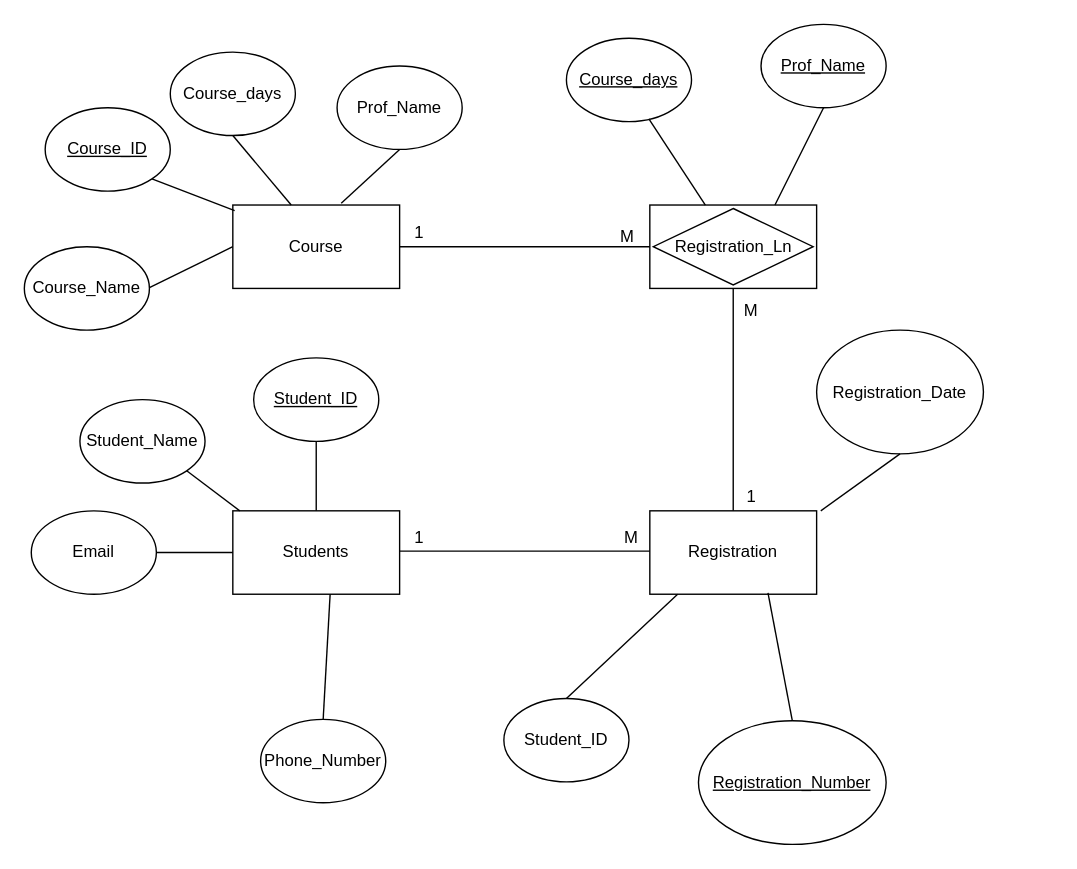
Earlier version of the draw.io diagram Untitled Diagram.drawio (shens12/1MP3). Source tidied: cells renumbered, new cells numbered last; positions are measured from the earlier drawing's top-left corner, leaving out a move shared by most shapes. Both pictures are drawn from the tidied source at 139%, with x=0, y=0 at pixel (24, 24).
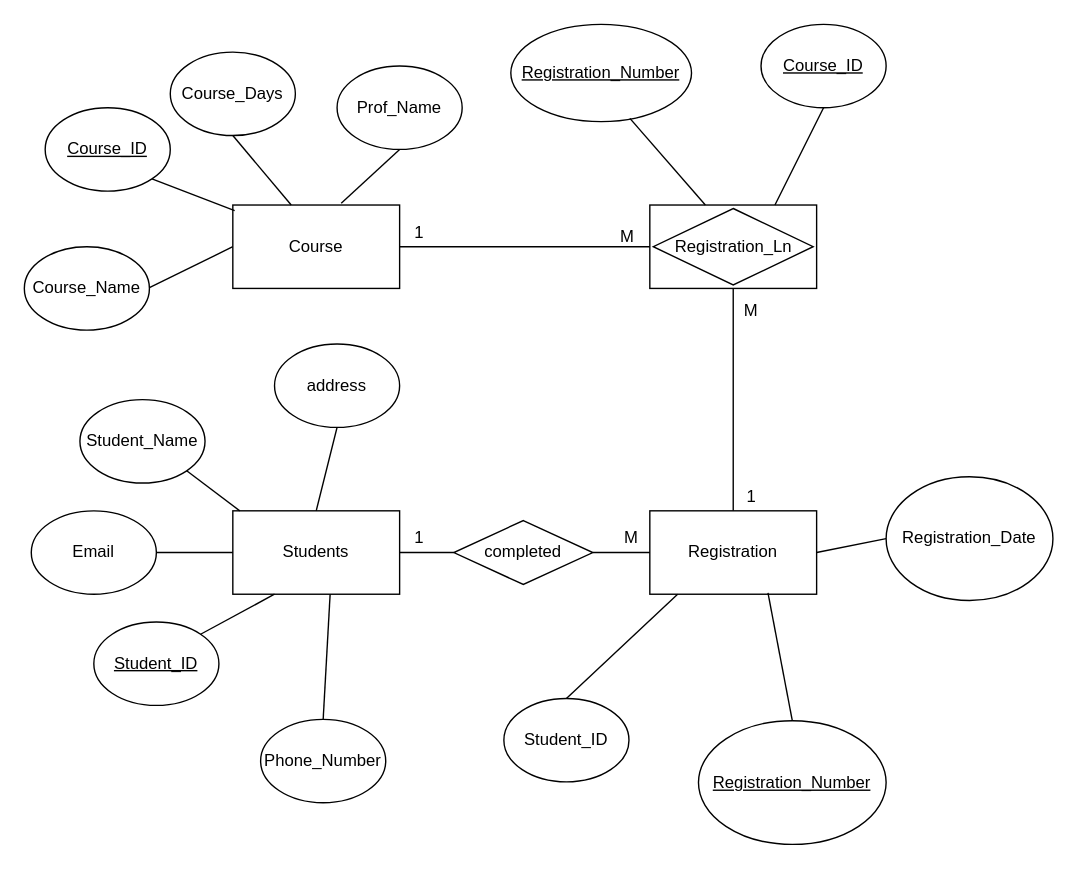
The same page after the edit.

Unchanged cells that the change refers to:
```xml
<mxCell id="8" value="Registration" style="rounded=0;whiteSpace=wrap;html=1;" parent="1" vertex="1">
  <mxGeometry x="450" y="350" width="120" height="60" as="geometry" />
</mxCell>
<mxCell id="9" value="Students" style="rounded=0;whiteSpace=wrap;html=1;" parent="1" vertex="1">
  <mxGeometry x="150" y="350" width="120" height="60" as="geometry" />
</mxCell>
<mxCell id="21" value="&lt;u&gt;Student_ID&lt;/u&gt;" style="ellipse;whiteSpace=wrap;html=1;" parent="20" vertex="1">
  <mxGeometry width="90" height="60" as="geometry" />
</mxCell>
<mxCell id="33" style="group;" parent="32" vertex="1">
  <mxGeometry width="90" height="60" as="geometry" />
</mxCell>
<mxCell id="38" style="group;" parent="37" vertex="1">
  <mxGeometry width="90" height="60" as="geometry" />
</mxCell>
```

Change to the diagram source:
```diff
@@
     <mxCell id="19" style="group;" parent="1" vertex="1">
-      <mxGeometry x="165" y="240" width="90" height="60" as="geometry" />
+      <mxGeometry x="50" y="430" width="90" height="60" as="geometry" />
     </mxCell>
@@
-    <mxCell id="22" style="endArrow=none;html=1;exitX=0.5;exitY=0;exitDx=0;exitDy=0;entryX=0.5;entryY=1;entryDx=0;entryDy=0;" parent="1" edge="1" source="9" target="21">
+    <mxCell id="22" style="endArrow=none;html=1;exitX=0.25;exitY=1;exitDx=0;exitDy=0;entryX=1;entryY=0;entryDx=0;entryDy=0;" parent="1" edge="1" source="9" target="21">
       <mxGeometry relative="1" as="geometry" />
     </mxCell>
@@
     <mxCell id="27" value="Registration_Date" style="ellipse;whiteSpace=wrap;html=1;" parent="1" vertex="1">
-      <mxGeometry x="570" y="220" width="120" height="89" as="geometry" />
+      <mxGeometry x="620" y="325.5" width="120" height="89" as="geometry" />
     </mxCell>
-    <mxCell id="28" style="endArrow=none;html=1;exitX=0.5;exitY=1;exitDx=0;exitDy=0;" parent="1" edge="1" source="27">
-      <mxGeometry relative="1" as="geometry">
-        <mxPoint x="573" y="350" as="targetPoint" />
-      </mxGeometry>
+    <mxCell id="28" style="endArrow=none;html=1;exitX=0;exitY=0.5;exitDx=0;exitDy=0;entryX=1;entryY=0.5;entryDx=0;entryDy=0;" parent="1" edge="1" source="27" target="8">
+      <mxGeometry relative="1" as="geometry" />
     </mxCell>
-    <mxCell id="29" value="&lt;u&gt;Prof_Name&lt;/u&gt;" style="ellipse;whiteSpace=wrap;html=1;" parent="1" vertex="1">
+    <mxCell id="29" value="&lt;u&gt;Course_ID&lt;/u&gt;" style="ellipse;whiteSpace=wrap;html=1;" parent="1" vertex="1">
       <mxGeometry x="530" width="90" height="60" as="geometry" />
     </mxCell>
@@
-    <mxCell id="34" value="Course_days" style="ellipse;whiteSpace=wrap;html=1;" parent="33" vertex="1">
+    <mxCell id="34" value="Course_Days" style="ellipse;whiteSpace=wrap;html=1;" parent="33" vertex="1">
       <mxGeometry width="90" height="60" as="geometry" />
     </mxCell>
@@
-    <mxCell id="39" value="&lt;u&gt;Course_days&lt;/u&gt;" style="ellipse;whiteSpace=wrap;html=1;" parent="38" vertex="1">
-      <mxGeometry width="90" height="60" as="geometry" />
+    <mxCell id="39" value="&lt;u&gt;Registration_Number&lt;/u&gt;" style="ellipse;whiteSpace=wrap;html=1;" parent="38" vertex="1">
+      <mxGeometry x="-40" y="-10" width="130" height="70" as="geometry" />
     </mxCell>
@@
-    <mxCell id="44" style="endArrow=none;html=1;entryX=0;entryY=0.5;entryDx=0;entryDy=0;exitX=1;exitY=0.5;exitDx=0;exitDy=0;" parent="1" edge="1">
-      <mxGeometry relative="1" as="geometry">
-        <mxPoint x="270" y="379" as="sourcePoint" />
-        <mxPoint x="450" y="379" as="targetPoint" />
-      </mxGeometry>
+    <mxCell id="44" style="endArrow=none;html=1;exitX=0;exitY=0.5;exitDx=0;exitDy=0;entryX=1;entryY=0.5;entryDx=0;entryDy=0;" parent="1" edge="1" source="52" target="9">
+      <mxGeometry relative="1" as="geometry" />
     </mxCell>
@@
+    <mxCell id="52" value="completed" style="rhombus;whiteSpace=wrap;html=1;" parent="1" vertex="1">
+      <mxGeometry x="309" y="357" width="100" height="46" as="geometry" />
+    </mxCell>
+    <mxCell id="53" style="endArrow=none;html=1;entryX=1;entryY=0.5;entryDx=0;entryDy=0;exitX=0;exitY=0.5;exitDx=0;exitDy=0;" parent="1" edge="1" source="8" target="52">
+      <mxGeometry relative="1" as="geometry" />
+    </mxCell>
+    <mxCell id="54" style="group;" parent="1" vertex="1">
+      <mxGeometry x="180" y="230" width="90" height="60" as="geometry" />
+    </mxCell>
+    <mxCell id="55" value="address" style="ellipse;whiteSpace=wrap;html=1;" parent="54" vertex="1">
+      <mxGeometry width="90" height="60" as="geometry" />
+    </mxCell>
+    <mxCell id="56" style="endArrow=none;html=1;entryX=0.5;entryY=0;entryDx=0;entryDy=0;exitX=0.5;exitY=1;exitDx=0;exitDy=0;" parent="1" edge="1" source="55" target="9">
+      <mxGeometry relative="1" as="geometry" />
+    </mxCell>
```
